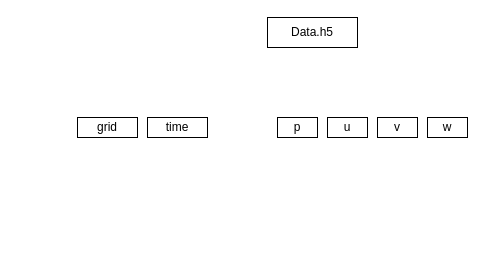
Earlier version of the draw.io diagram Untitled Diagram123.drawio (metialex/Parties_test). Source tidied: cells renumbered, new cells numbered last; positions are measured from the earlier drawing's top-left corner, leaving out a move shared by most shapes. Both pictures are drawn from the tidied source at 100%, with x=0, y=0 at pixel (77, 17).
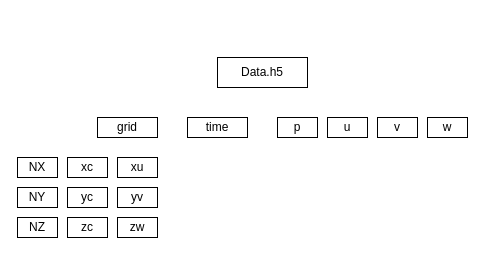
The same diagram, later.

The edit, as a diff of the source:
```diff
@@
 <mxGraphModel>
   <root>
     <mxCell id="0" />
     <mxCell id="1" parent="0" />
     <mxCell id="2" value="Data.h5" style="rounded=0;whiteSpace=wrap;html=1;" parent="1" vertex="1">
-      <mxGeometry x="190" width="90" height="30" as="geometry" />
+      <mxGeometry x="140" y="40" width="90" height="30" as="geometry" />
     </mxCell>
     <mxCell id="3" value="grid" style="rounded=0;whiteSpace=wrap;html=1;" parent="1" vertex="1">
-      <mxGeometry y="100" width="60" height="20" as="geometry" />
+      <mxGeometry x="20" y="100" width="60" height="20" as="geometry" />
     </mxCell>
     <mxCell id="4" value="time" style="rounded=0;whiteSpace=wrap;html=1;" parent="1" vertex="1">
-      <mxGeometry x="70" y="100" width="60" height="20" as="geometry" />
+      <mxGeometry x="110" y="100" width="60" height="20" as="geometry" />
     </mxCell>
     <mxCell id="5" value="&lt;div&gt;p&lt;/div&gt;" style="rounded=0;whiteSpace=wrap;html=1;" parent="1" vertex="1">
       <mxGeometry x="200" y="100" width="40" height="20" as="geometry" />
     </mxCell>
     <mxCell id="6" value="u" style="rounded=0;whiteSpace=wrap;html=1;" parent="1" vertex="1">
       <mxGeometry x="250" y="100" width="40" height="20" as="geometry" />
     </mxCell>
     <mxCell id="7" value="v" style="rounded=0;whiteSpace=wrap;html=1;" parent="1" vertex="1">
       <mxGeometry x="300" y="100" width="40" height="20" as="geometry" />
     </mxCell>
     <mxCell id="8" value="w" style="rounded=0;whiteSpace=wrap;html=1;" parent="1" vertex="1">
       <mxGeometry x="350" y="100" width="40" height="20" as="geometry" />
     </mxCell>
+    <mxCell id="9" value="NX" style="rounded=0;whiteSpace=wrap;html=1;" parent="1" vertex="1">
+      <mxGeometry x="-60" y="140" width="40" height="20" as="geometry" />
+    </mxCell>
+    <mxCell id="10" value="NZ" style="rounded=0;whiteSpace=wrap;html=1;" parent="1" vertex="1">
+      <mxGeometry x="-60" y="200" width="40" height="20" as="geometry" />
+    </mxCell>
+    <mxCell id="11" value="xc" style="rounded=0;whiteSpace=wrap;html=1;" parent="1" vertex="1">
+      <mxGeometry x="-10" y="140" width="40" height="20" as="geometry" />
+    </mxCell>
+    <mxCell id="12" value="xu" style="rounded=0;whiteSpace=wrap;html=1;" parent="1" vertex="1">
+      <mxGeometry x="40" y="140" width="40" height="20" as="geometry" />
+    </mxCell>
+    <mxCell id="13" value="yc" style="rounded=0;whiteSpace=wrap;html=1;" parent="1" vertex="1">
+      <mxGeometry x="-10" y="170" width="40" height="20" as="geometry" />
+    </mxCell>
+    <mxCell id="14" value="yv" style="rounded=0;whiteSpace=wrap;html=1;" parent="1" vertex="1">
+      <mxGeometry x="40" y="170" width="40" height="20" as="geometry" />
+    </mxCell>
+    <mxCell id="15" value="zc" style="rounded=0;whiteSpace=wrap;html=1;" parent="1" vertex="1">
+      <mxGeometry x="-10" y="200" width="40" height="20" as="geometry" />
+    </mxCell>
+    <mxCell id="16" value="zw" style="rounded=0;whiteSpace=wrap;html=1;" parent="1" vertex="1">
+      <mxGeometry x="40" y="200" width="40" height="20" as="geometry" />
+    </mxCell>
+    <mxCell id="17" value="NY" style="rounded=0;whiteSpace=wrap;html=1;" parent="1" vertex="1">
+      <mxGeometry x="-60" y="170" width="40" height="20" as="geometry" />
+    </mxCell>
   </root>
 </mxGraphModel>
```
